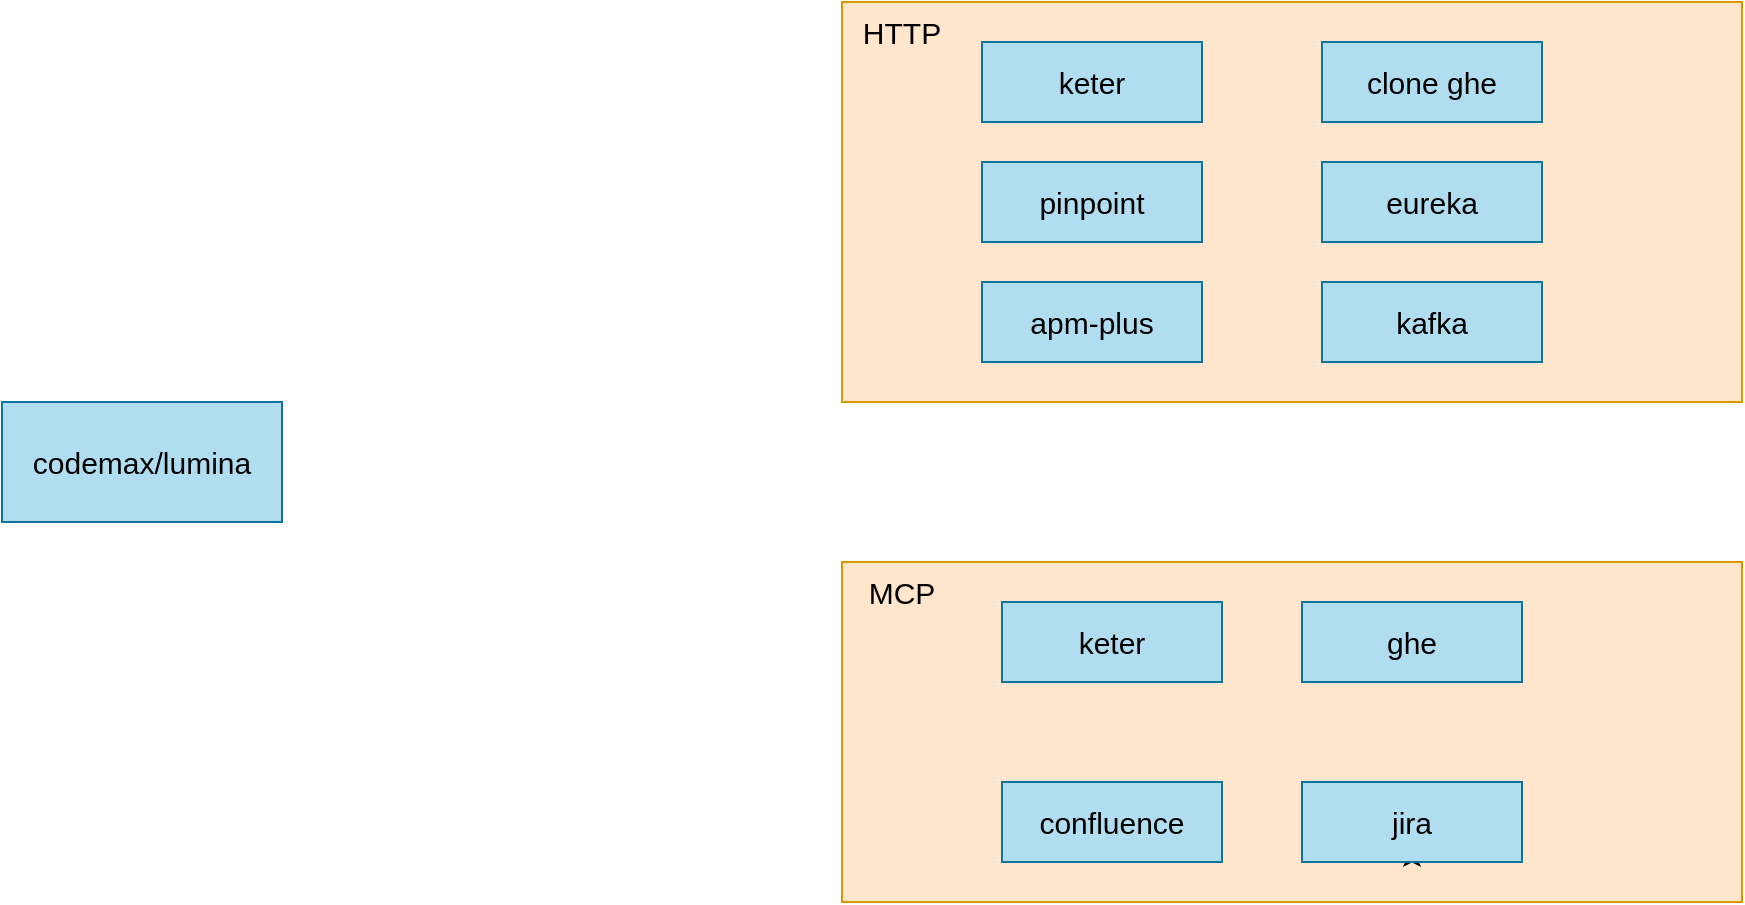
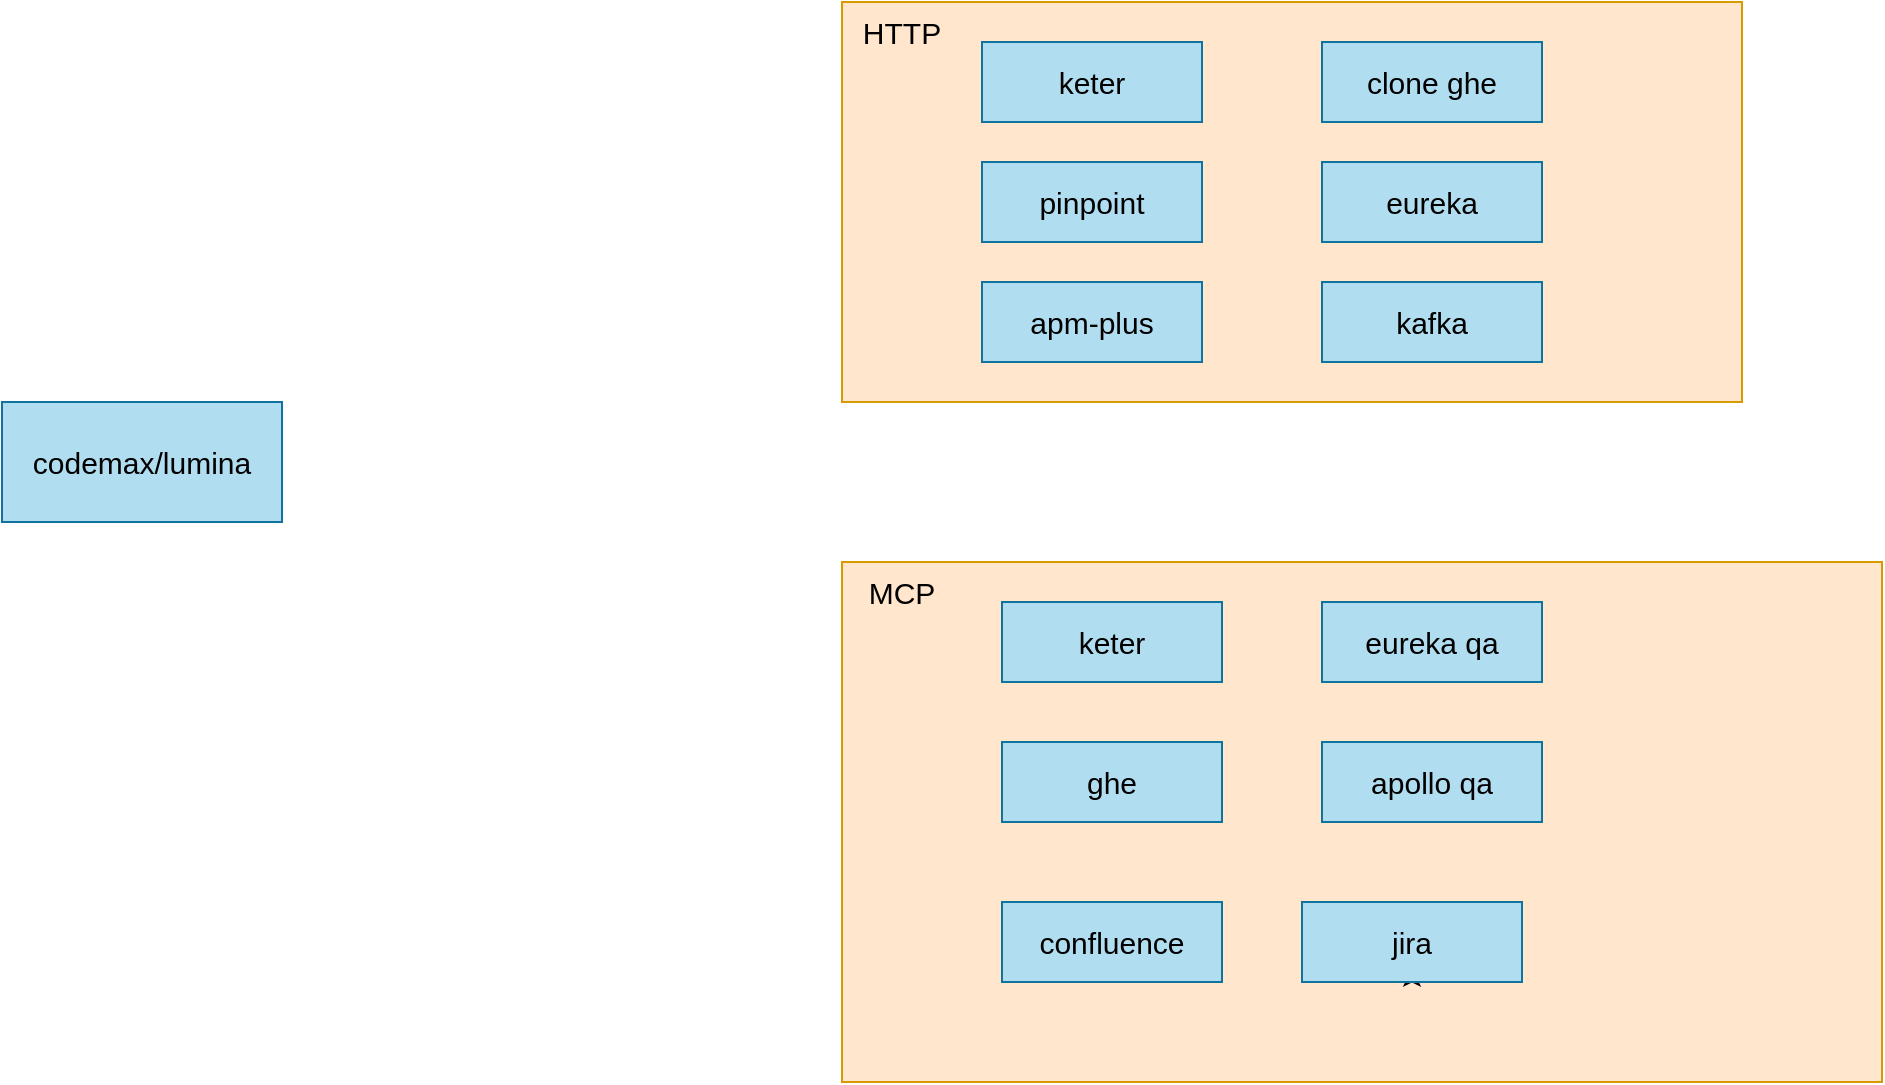
<mxfile host="app.diagrams.net">
  <diagram name="第 1 页" id="SjWv9siGEQ1Xg4HLWJG1">
    <mxGraphModel dx="1391" dy="764" grid="1" gridSize="10" guides="1" tooltips="1" connect="1" arrows="1" fold="1" page="1" pageScale="1" pageWidth="3300" pageHeight="2339" math="0" shadow="0">
      <root>
        <mxCell id="0" />
        <mxCell id="1" parent="0" />
        <mxCell id="9f-pUrffFf56pktWLO4p-2" parent="1" style="rounded=0;whiteSpace=wrap;html=1;fillColor=#b1ddf0;strokeColor=#10739e;fontSize=15;" value="codemax/lumina" vertex="1">
          <mxGeometry height="60" width="140" x="410" y="250" as="geometry" />
        </mxCell>
        <mxCell id="9f-pUrffFf56pktWLO4p-4" parent="1" style="rounded=0;whiteSpace=wrap;html=1;fillColor=#ffe6cc;strokeColor=#d79b00;fontSize=15;" value="" vertex="1">
          <mxGeometry height="200" width="450" x="830" y="50" as="geometry" />
        </mxCell>
        <mxCell id="9f-pUrffFf56pktWLO4p-6" parent="1" style="text;html=1;whiteSpace=wrap;strokeColor=none;fillColor=none;align=center;verticalAlign=middle;rounded=0;fontSize=15;" value="HTTP" vertex="1">
          <mxGeometry height="30" width="60" x="830" y="50" as="geometry" />
        </mxCell>
        <mxCell id="9f-pUrffFf56pktWLO4p-7" parent="1" style="rounded=0;whiteSpace=wrap;html=1;fillColor=#ffe6cc;strokeColor=#d79b00;fontSize=15;" value="" vertex="1">
-           <mxGeometry height="170" width="450" x="830" y="330" as="geometry" />
+           <mxGeometry height="260" width="520" x="830" y="330" as="geometry" />
        </mxCell>
        <mxCell id="9f-pUrffFf56pktWLO4p-8" edge="1" parent="1" source="9f-pUrffFf56pktWLO4p-9" style="edgeStyle=orthogonalEdgeStyle;rounded=0;orthogonalLoop=1;jettySize=auto;html=1;exitX=0.5;exitY=1;exitDx=0;exitDy=0;entryX=0.5;entryY=0.833;entryDx=0;entryDy=0;entryPerimeter=0;" target="9f-pUrffFf56pktWLO4p-9">
          <mxGeometry relative="1" as="geometry" />
        </mxCell>
        <mxCell id="9f-pUrffFf56pktWLO4p-9" parent="1" style="rounded=0;whiteSpace=wrap;html=1;fillColor=#b1ddf0;strokeColor=#10739e;fontSize=15;" value="jira" vertex="1">
-           <mxGeometry height="40" width="110" x="1060" y="440" as="geometry" />
+           <mxGeometry height="40" width="110" x="1060" y="500" as="geometry" />
        </mxCell>
        <mxCell id="9f-pUrffFf56pktWLO4p-10" parent="1" style="text;html=1;whiteSpace=wrap;strokeColor=none;fillColor=none;align=center;verticalAlign=middle;rounded=0;fontSize=15;" value="MCP" vertex="1">
          <mxGeometry height="30" width="60" x="830" y="330" as="geometry" />
        </mxCell>
        <mxCell id="9f-pUrffFf56pktWLO4p-11" parent="1" style="rounded=0;whiteSpace=wrap;html=1;fillColor=#b1ddf0;strokeColor=#10739e;fontSize=15;" value="ghe" vertex="1">
-           <mxGeometry height="40" width="110" x="1060" y="350" as="geometry" />
+           <mxGeometry height="40" width="110" x="910" y="420" as="geometry" />
        </mxCell>
        <mxCell id="9f-pUrffFf56pktWLO4p-12" parent="1" style="rounded=0;whiteSpace=wrap;html=1;fillColor=#b1ddf0;strokeColor=#10739e;fontSize=15;" value="confluence" vertex="1">
-           <mxGeometry height="40" width="110" x="910" y="440" as="geometry" />
+           <mxGeometry height="40" width="110" x="910" y="500" as="geometry" />
        </mxCell>
        <mxCell id="9f-pUrffFf56pktWLO4p-13" parent="1" style="rounded=0;whiteSpace=wrap;html=1;fillColor=#b1ddf0;strokeColor=#10739e;fontSize=15;" value="keter" vertex="1">
          <mxGeometry height="40" width="110" x="900" y="70" as="geometry" />
        </mxCell>
        <mxCell id="9f-pUrffFf56pktWLO4p-14" parent="1" style="rounded=0;whiteSpace=wrap;html=1;fillColor=#b1ddf0;strokeColor=#10739e;fontSize=15;" value="clone ghe" vertex="1">
          <mxGeometry height="40" width="110" x="1070" y="70" as="geometry" />
        </mxCell>
        <mxCell id="9f-pUrffFf56pktWLO4p-15" parent="1" style="rounded=0;whiteSpace=wrap;html=1;fillColor=#b1ddf0;strokeColor=#10739e;fontSize=15;" value="keter" vertex="1">
          <mxGeometry height="40" width="110" x="910" y="350" as="geometry" />
        </mxCell>
        <mxCell id="9f-pUrffFf56pktWLO4p-16" parent="1" style="rounded=0;whiteSpace=wrap;html=1;fillColor=#b1ddf0;strokeColor=#10739e;fontSize=15;" value="pinpoint" vertex="1">
          <mxGeometry height="40" width="110" x="900" y="130" as="geometry" />
        </mxCell>
        <mxCell id="9f-pUrffFf56pktWLO4p-17" parent="1" style="rounded=0;whiteSpace=wrap;html=1;fillColor=#b1ddf0;strokeColor=#10739e;fontSize=15;" value="eureka" vertex="1">
          <mxGeometry height="40" width="110" x="1070" y="130" as="geometry" />
        </mxCell>
        <mxCell id="9f-pUrffFf56pktWLO4p-18" parent="1" style="rounded=0;whiteSpace=wrap;html=1;fillColor=#b1ddf0;strokeColor=#10739e;fontSize=15;" value="apm-plus" vertex="1">
          <mxGeometry height="40" width="110" x="900" y="190" as="geometry" />
        </mxCell>
        <mxCell id="9f-pUrffFf56pktWLO4p-19" parent="1" style="rounded=0;whiteSpace=wrap;html=1;fillColor=#b1ddf0;strokeColor=#10739e;fontSize=15;" value="kafka" vertex="1">
          <mxGeometry height="40" width="110" x="1070" y="190" as="geometry" />
        </mxCell>
+         <mxCell id="9f-pUrffFf56pktWLO4p-20" parent="1" style="rounded=0;whiteSpace=wrap;html=1;fillColor=#b1ddf0;strokeColor=#10739e;fontSize=15;" value="eureka qa" vertex="1">
+           <mxGeometry height="40" width="110" x="1070" y="350" as="geometry" />
+         </mxCell>
+         <mxCell id="9f-pUrffFf56pktWLO4p-21" parent="1" style="rounded=0;whiteSpace=wrap;html=1;fillColor=#b1ddf0;strokeColor=#10739e;fontSize=15;" value="apollo qa" vertex="1">
+           <mxGeometry height="40" width="110" x="1070" y="420" as="geometry" />
+         </mxCell>
      </root>
    </mxGraphModel>
  </diagram>
</mxfile>
